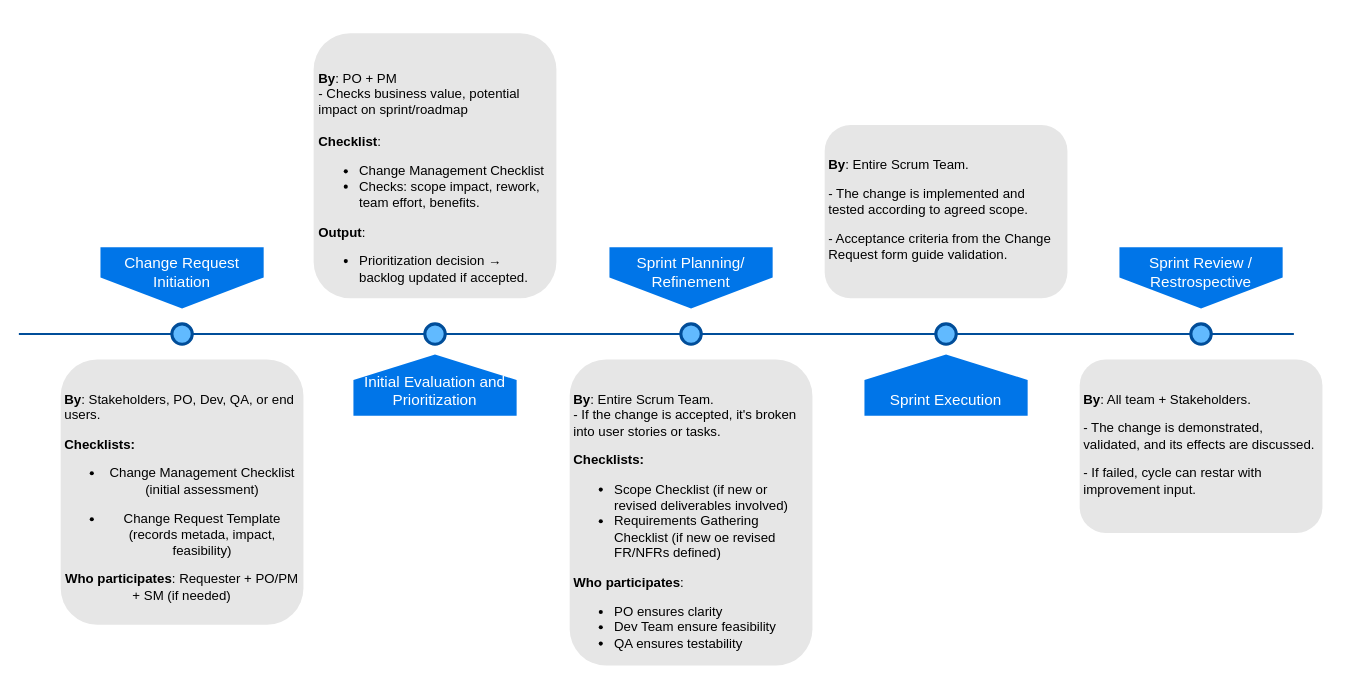
Before: Diagrama sem nome.drawio in kamilaantunes/masters-thesis, a draw.io diagram. Source tidied: cells renumbered, new cells numbered last; positions are measured from the earlier drawing's top-left corner, leaving out a move shared by most shapes. Both pictures are drawn from the tidied source at 102%, with x=0, y=0 at pixel (18, 33).
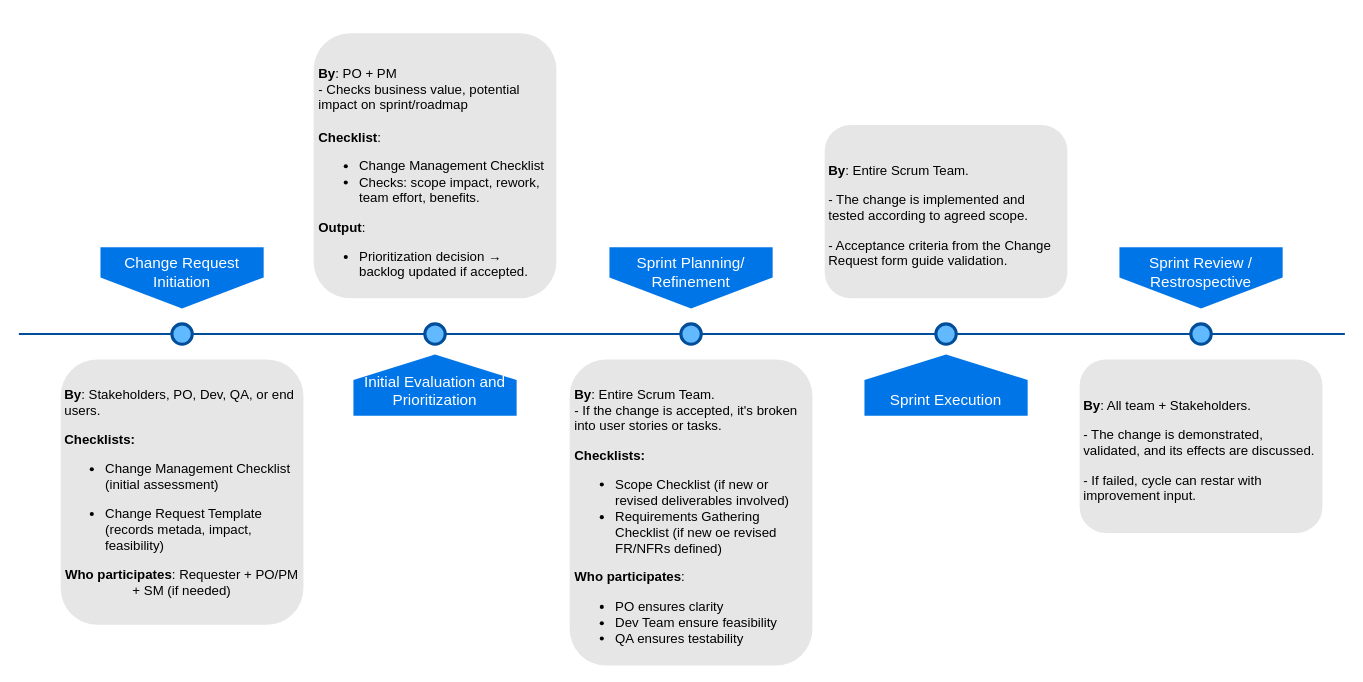
After the change.

What changed in the source:
```diff
@@
 <mxGraphModel>
   <root>
     <mxCell id="0" />
     <mxCell id="1" parent="0" />
     <mxCell id="2" style="line;strokeWidth=2;html=1;fillColor=none;fontSize=28;fontColor=#004D99;strokeColor=#004D99;" parent="1" vertex="1">
-      <mxGeometry y="290" width="1250" height="10" as="geometry" />
+      <mxGeometry y="290" width="1300" height="10" as="geometry" />
     </mxCell>
     <mxCell id="3" value="Change Request Initiation" style="shape=offPageConnector;whiteSpace=wrap;html=1;fillColor=#0075E8;fontSize=15;fontColor=#FFFFFF;size=0.5093750000000015;verticalAlign=top;strokeColor=none;" parent="1" vertex="1">
       <mxGeometry x="80" y="210" width="160" height="60" as="geometry" />
     </mxCell>
     <mxCell id="4" value="&lt;span&gt;Sprint Planning/ Refinement&lt;/span&gt;" style="shape=offPageConnector;whiteSpace=wrap;html=1;fillColor=#0075E8;fontSize=15;fontColor=#FFFFFF;size=0.5093750000000015;verticalAlign=top;strokeColor=none;" parent="1" vertex="1">
       <mxGeometry x="579" y="210" width="160" height="60" as="geometry" />
     </mxCell>
     <mxCell id="5" value="&lt;div&gt;Initial Evaluation and Prioritization&lt;/div&gt;" style="shape=offPageConnector;whiteSpace=wrap;html=1;fillColor=#0075E8;fontSize=15;fontColor=#FFFFFF;size=0.4178571428571445;flipV=1;verticalAlign=bottom;strokeColor=none;spacingBottom=4;" parent="1" vertex="1">
       <mxGeometry x="328" y="315" width="160" height="60" as="geometry" />
     </mxCell>
     <mxCell id="6" value="&lt;span&gt;Sprint Execution&lt;/span&gt;" style="shape=offPageConnector;whiteSpace=wrap;html=1;fillColor=#0075E8;fontSize=15;fontColor=#FFFFFF;size=0.4178571428571445;flipV=1;verticalAlign=bottom;strokeColor=none;spacingBottom=4;" parent="1" vertex="1">
       <mxGeometry x="829" y="315" width="160" height="60" as="geometry" />
     </mxCell>
     <mxCell id="7" style="ellipse;whiteSpace=wrap;html=1;fillColor=#61BAFF;fontSize=28;fontColor=#004D99;strokeWidth=3;strokeColor=#004D99;" parent="1" vertex="1">
       <mxGeometry x="150" y="285" width="20" height="20" as="geometry" />
     </mxCell>
     <mxCell id="8" style="ellipse;whiteSpace=wrap;html=1;fillColor=#61BAFF;fontSize=28;fontColor=#004D99;strokeWidth=3;strokeColor=#004D99;" parent="1" vertex="1">
       <mxGeometry x="398" y="285" width="20" height="20" as="geometry" />
     </mxCell>
     <mxCell id="9" style="ellipse;whiteSpace=wrap;html=1;fillColor=#61BAFF;fontSize=28;fontColor=#004D99;strokeWidth=3;strokeColor=#004D99;" parent="1" vertex="1">
       <mxGeometry x="649" y="285" width="20" height="20" as="geometry" />
     </mxCell>
     <mxCell id="10" style="ellipse;whiteSpace=wrap;html=1;fillColor=#61BAFF;fontSize=28;fontColor=#004D99;strokeWidth=3;strokeColor=#004D99;" parent="1" vertex="1">
       <mxGeometry x="899" y="285" width="20" height="20" as="geometry" />
     </mxCell>
-    <mxCell id="11" value="&lt;p style=&quot;text-align: left;&quot;&gt;&lt;span style=&quot;background-color: transparent; color: light-dark(rgb(0, 0, 0), rgb(237, 237, 237)); font-size: 13px;&quot;&gt;&lt;br&gt;&lt;/span&gt;&lt;/p&gt;&lt;p style=&quot;text-align: left;&quot;&gt;&lt;span style=&quot;background-color: transparent; color: light-dark(rgb(0, 0, 0), rgb(237, 237, 237)); font-size: 13px;&quot;&gt;&lt;b&gt;By&lt;/b&gt;&lt;/span&gt;&lt;span style=&quot;background-color: transparent; color: light-dark(rgb(0, 0, 0), rgb(237, 237, 237)); font-size: 13px; font-weight: normal;&quot;&gt;: Stakeholders, PO, Dev, QA, or end users.&lt;/span&gt;&lt;/p&gt;&lt;p style=&quot;text-align: left;&quot;&gt;&lt;span style=&quot;background-color: transparent; color: light-dark(rgb(0, 0, 0), rgb(237, 237, 237)); font-size: 13px;&quot;&gt;&lt;b&gt;Checklists:&lt;/b&gt;&lt;/span&gt;&lt;/p&gt;&lt;ul&gt;&lt;li&gt;&lt;span style=&quot;background-color: transparent; color: light-dark(rgb(0, 0, 0), rgb(237, 237, 237)); font-size: 13px;&quot;&gt;Change Management Checklist (initial assessment)&lt;/span&gt;&lt;/li&gt;&lt;/ul&gt;&lt;ul&gt;&lt;li&gt;&lt;span style=&quot;background-color: transparent; color: light-dark(rgb(0, 0, 0), rgb(237, 237, 237)); font-size: 13px;&quot;&gt;Change Request Template (records metada, impact, feasibility)&lt;/span&gt;&lt;/li&gt;&lt;/ul&gt;&lt;b&gt;Who participates&lt;/b&gt;: Requester + PO/PM + SM (if needed)&lt;p&gt;&lt;/p&gt;&lt;div style=&quot;text-align: left;&quot;&gt;&lt;span style=&quot;background-color: transparent; color: light-dark(rgb(0, 0, 0), rgb(237, 237, 237)); font-size: 13px; font-weight: normal;&quot;&gt;&lt;br&gt;&lt;/span&gt;&lt;/div&gt;" style="text;html=1;spacing=5;spacingTop=-20;whiteSpace=wrap;overflow=hidden;strokeColor=none;strokeWidth=3;fillColor=#E6E6E6;fontSize=13;fontColor=#000000;align=center;rounded=1;" parent="1" vertex="1">
+    <mxCell id="11" value="&lt;p style=&quot;text-align: left;&quot;&gt;&lt;span style=&quot;background-color: transparent; color: light-dark(rgb(0, 0, 0), rgb(237, 237, 237)); font-size: 13px;&quot;&gt;&lt;br&gt;&lt;/span&gt;&lt;/p&gt;&lt;p style=&quot;text-align: left;&quot;&gt;&lt;span style=&quot;background-color: transparent; color: light-dark(rgb(0, 0, 0), rgb(237, 237, 237)); font-size: 13px;&quot;&gt;&lt;b&gt;By&lt;/b&gt;&lt;/span&gt;&lt;span style=&quot;background-color: transparent; color: light-dark(rgb(0, 0, 0), rgb(237, 237, 237)); font-size: 13px; font-weight: normal;&quot;&gt;: Stakeholders, PO, Dev, QA, or end users.&lt;/span&gt;&lt;/p&gt;&lt;p style=&quot;text-align: left;&quot;&gt;&lt;span style=&quot;background-color: transparent; color: light-dark(rgb(0, 0, 0), rgb(237, 237, 237)); font-size: 13px;&quot;&gt;&lt;b&gt;Checklists:&lt;/b&gt;&lt;/span&gt;&lt;/p&gt;&lt;ul&gt;&lt;li style=&quot;text-align: left;&quot;&gt;&lt;span style=&quot;background-color: transparent; color: light-dark(rgb(0, 0, 0), rgb(237, 237, 237)); font-size: 13px;&quot;&gt;Change Management Checklist (initial assessment)&lt;/span&gt;&lt;/li&gt;&lt;/ul&gt;&lt;ul&gt;&lt;li style=&quot;text-align: left;&quot;&gt;&lt;span style=&quot;background-color: transparent; color: light-dark(rgb(0, 0, 0), rgb(237, 237, 237)); font-size: 13px;&quot;&gt;Change Request Template (records metada, impact, feasibility)&lt;/span&gt;&lt;/li&gt;&lt;/ul&gt;&lt;b&gt;Who participates&lt;/b&gt;: Requester + PO/PM + SM (if needed)&lt;p&gt;&lt;/p&gt;&lt;div style=&quot;text-align: left;&quot;&gt;&lt;span style=&quot;background-color: transparent; color: light-dark(rgb(0, 0, 0), rgb(237, 237, 237)); font-size: 13px; font-weight: normal;&quot;&gt;&lt;br&gt;&lt;/span&gt;&lt;/div&gt;" style="text;html=1;spacing=5;spacingTop=-20;whiteSpace=wrap;overflow=hidden;strokeColor=none;strokeWidth=3;fillColor=#E6E6E6;fontSize=13;fontColor=#000000;align=center;rounded=1;verticalAlign=middle;" parent="1" vertex="1">
       <mxGeometry x="41" y="320" width="238" height="260" as="geometry" />
     </mxCell>
-    <mxCell id="12" value="&lt;div&gt;&lt;b style=&quot;background-color: transparent; color: light-dark(rgb(0, 0, 0), rgb(237, 237, 237));&quot;&gt;&lt;br&gt;&lt;/b&gt;&lt;/div&gt;&lt;b style=&quot;background-color: transparent; color: light-dark(rgb(0, 0, 0), rgb(237, 237, 237));&quot;&gt;&lt;div&gt;&lt;br&gt;&lt;/div&gt;&lt;div&gt;&lt;br&gt;&lt;/div&gt;&lt;/b&gt;&lt;b style=&quot;background-color: transparent; color: light-dark(rgb(0, 0, 0), rgb(237, 237, 237));&quot;&gt;By&lt;/b&gt;&lt;span style=&quot;background-color: transparent; color: light-dark(rgb(0, 0, 0), rgb(237, 237, 237));&quot;&gt;: PO + PM&lt;/span&gt;&lt;br&gt;&lt;span style=&quot;background-color: transparent; color: light-dark(rgb(0, 0, 0), rgb(237, 237, 237));&quot;&gt;- Checks business value, potential&amp;nbsp; &amp;nbsp; impact on sprint/roadmap&lt;/span&gt;&lt;div&gt;&lt;b style=&quot;background-color: transparent; color: light-dark(rgb(0, 0, 0), rgb(237, 237, 237));&quot;&gt;&lt;br&gt;&lt;/b&gt;&lt;/div&gt;&lt;div&gt;&lt;b style=&quot;background-color: transparent; color: light-dark(rgb(0, 0, 0), rgb(237, 237, 237));&quot;&gt;Checklist&lt;/b&gt;&lt;span style=&quot;background-color: transparent; color: light-dark(rgb(0, 0, 0), rgb(237, 237, 237));&quot;&gt;:&lt;/span&gt;&lt;br&gt;&lt;ul&gt;&lt;li&gt;&lt;span style=&quot;background-color: transparent; color: light-dark(rgb(0, 0, 0), rgb(237, 237, 237));&quot;&gt;Change Management Checklist&lt;/span&gt;&lt;/li&gt;&lt;li&gt;&lt;span style=&quot;background-color: transparent; color: light-dark(rgb(0, 0, 0), rgb(237, 237, 237));&quot;&gt;Checks: scope impact, rework, team effort, benefits.&lt;/span&gt;&lt;/li&gt;&lt;/ul&gt;&lt;b style=&quot;background-color: transparent; color: light-dark(rgb(0, 0, 0), rgb(237, 237, 237));&quot;&gt;Output&lt;/b&gt;&lt;span style=&quot;background-color: transparent; color: light-dark(rgb(0, 0, 0), rgb(237, 237, 237));&quot;&gt;:&lt;/span&gt;&lt;br&gt;&lt;ul&gt;&lt;li&gt;&lt;span style=&quot;background-color: transparent; color: light-dark(rgb(0, 0, 0), rgb(237, 237, 237));&quot;&gt;Prioritization decision →&amp;nbsp; backlog updated if accepted.&lt;/span&gt;&lt;/li&gt;&lt;/ul&gt;&lt;/div&gt;" style="text;html=1;spacing=5;spacingTop=-20;whiteSpace=wrap;overflow=hidden;strokeColor=none;strokeWidth=3;fillColor=#E6E6E6;fontSize=13;fontColor=#000000;align=left;rounded=1;" parent="1" vertex="1">
+    <mxCell id="12" value="&lt;div&gt;&lt;b style=&quot;background-color: transparent; color: light-dark(rgb(0, 0, 0), rgb(237, 237, 237));&quot;&gt;&lt;br&gt;&lt;/b&gt;&lt;/div&gt;&lt;b style=&quot;background-color: transparent; color: light-dark(rgb(0, 0, 0), rgb(237, 237, 237));&quot;&gt;&lt;div&gt;&lt;br&gt;&lt;/div&gt;&lt;div&gt;&lt;br&gt;&lt;/div&gt;&lt;/b&gt;&lt;b style=&quot;background-color: transparent; color: light-dark(rgb(0, 0, 0), rgb(237, 237, 237));&quot;&gt;By&lt;/b&gt;&lt;span style=&quot;background-color: transparent; color: light-dark(rgb(0, 0, 0), rgb(237, 237, 237));&quot;&gt;: PO + PM&lt;/span&gt;&lt;br&gt;&lt;span style=&quot;background-color: transparent; color: light-dark(rgb(0, 0, 0), rgb(237, 237, 237));&quot;&gt;- Checks business value, potential&amp;nbsp; &amp;nbsp; impact on sprint/roadmap&lt;/span&gt;&lt;div&gt;&lt;b style=&quot;background-color: transparent; color: light-dark(rgb(0, 0, 0), rgb(237, 237, 237));&quot;&gt;&lt;br&gt;&lt;/b&gt;&lt;/div&gt;&lt;div&gt;&lt;b style=&quot;background-color: transparent; color: light-dark(rgb(0, 0, 0), rgb(237, 237, 237));&quot;&gt;Checklist&lt;/b&gt;&lt;span style=&quot;background-color: transparent; color: light-dark(rgb(0, 0, 0), rgb(237, 237, 237));&quot;&gt;:&lt;/span&gt;&lt;br&gt;&lt;ul&gt;&lt;li&gt;&lt;span style=&quot;background-color: transparent; color: light-dark(rgb(0, 0, 0), rgb(237, 237, 237));&quot;&gt;Change Management Checklist&lt;/span&gt;&lt;/li&gt;&lt;li&gt;&lt;span style=&quot;background-color: transparent; color: light-dark(rgb(0, 0, 0), rgb(237, 237, 237));&quot;&gt;Checks: scope impact, rework, team effort, benefits.&lt;/span&gt;&lt;/li&gt;&lt;/ul&gt;&lt;b style=&quot;background-color: transparent; color: light-dark(rgb(0, 0, 0), rgb(237, 237, 237));&quot;&gt;Output&lt;/b&gt;&lt;span style=&quot;background-color: transparent; color: light-dark(rgb(0, 0, 0), rgb(237, 237, 237));&quot;&gt;:&lt;/span&gt;&lt;br&gt;&lt;ul&gt;&lt;li&gt;&lt;span style=&quot;background-color: transparent; color: light-dark(rgb(0, 0, 0), rgb(237, 237, 237));&quot;&gt;Prioritization decision →&amp;nbsp; backlog updated if accepted.&lt;/span&gt;&lt;/li&gt;&lt;/ul&gt;&lt;/div&gt;" style="text;html=1;spacing=5;spacingTop=-20;whiteSpace=wrap;overflow=hidden;strokeColor=none;strokeWidth=3;fillColor=#E6E6E6;fontSize=13;fontColor=#000000;align=left;rounded=1;verticalAlign=middle;" parent="1" vertex="1">
       <mxGeometry x="289" width="238" height="260" as="geometry" />
     </mxCell>
-    <mxCell id="13" value="&lt;p style=&quot;text-align: left;&quot;&gt;&lt;span style=&quot;background-color: transparent; color: light-dark(rgb(0, 0, 0), rgb(237, 237, 237)); font-size: 13px;&quot;&gt;&lt;br&gt;&lt;/span&gt;&lt;/p&gt;&lt;p style=&quot;text-align: left;&quot;&gt;&lt;span style=&quot;background-color: transparent; color: light-dark(rgb(0, 0, 0), rgb(237, 237, 237)); font-size: 13px;&quot;&gt;&lt;b&gt;By&lt;/b&gt;&lt;/span&gt;&lt;span style=&quot;background-color: transparent; color: light-dark(rgb(0, 0, 0), rgb(237, 237, 237)); font-size: 13px; font-weight: normal;&quot;&gt;: Entire Scrum Team.&lt;br&gt;&lt;/span&gt;- If the change is accepted, it's broken into user stories or tasks.&lt;/p&gt;&lt;p style=&quot;text-align: left;&quot;&gt;&lt;span style=&quot;background-color: transparent; color: light-dark(rgb(0, 0, 0), rgb(237, 237, 237)); font-size: 13px;&quot;&gt;&lt;b&gt;Checklists:&lt;/b&gt;&lt;/span&gt;&lt;/p&gt;&lt;p style=&quot;&quot;&gt;&lt;/p&gt;&lt;ul&gt;&lt;li style=&quot;text-align: left;&quot;&gt;&lt;span style=&quot;background-color: transparent; color: light-dark(rgb(0, 0, 0), rgb(237, 237, 237)); font-size: 13px;&quot;&gt;Scope Checklist (if new or revised deliverables involved)&lt;/span&gt;&lt;/li&gt;&lt;li style=&quot;text-align: left;&quot;&gt;&lt;span style=&quot;background-color: transparent; color: light-dark(rgb(0, 0, 0), rgb(237, 237, 237)); font-size: 13px;&quot;&gt;Requirements Gathering Checklist (if new oe revised FR/NFRs defined)&lt;/span&gt;&lt;/li&gt;&lt;/ul&gt;&lt;p&gt;&lt;/p&gt;&lt;b&gt;&lt;div style=&quot;text-align: left;&quot;&gt;&lt;b style=&quot;background-color: transparent; color: light-dark(rgb(0, 0, 0), rgb(237, 237, 237));&quot;&gt;Who participates&lt;/b&gt;&lt;span style=&quot;background-color: transparent; color: light-dark(rgb(0, 0, 0), rgb(237, 237, 237)); font-weight: normal;&quot;&gt;:&amp;nbsp;&lt;/span&gt;&lt;/div&gt;&lt;div style=&quot;text-align: left;&quot;&gt;&lt;ul&gt;&lt;li&gt;&lt;span style=&quot;background-color: transparent; color: light-dark(rgb(0, 0, 0), rgb(237, 237, 237)); font-weight: normal;&quot;&gt;PO ensures clarity&lt;/span&gt;&lt;/li&gt;&lt;li&gt;&lt;span style=&quot;background-color: transparent; color: light-dark(rgb(0, 0, 0), rgb(237, 237, 237)); font-weight: normal;&quot;&gt;Dev Team ensure feasibility&lt;/span&gt;&lt;/li&gt;&lt;li&gt;&lt;span style=&quot;background-color: transparent; color: light-dark(rgb(0, 0, 0), rgb(237, 237, 237)); font-weight: normal;&quot;&gt;QA ensures testability&lt;/span&gt;&lt;/li&gt;&lt;/ul&gt;&lt;/div&gt;&lt;/b&gt;&lt;div&gt;&lt;p&gt;&lt;/p&gt;&lt;div style=&quot;text-align: left;&quot;&gt;&lt;span style=&quot;background-color: transparent; color: light-dark(rgb(0, 0, 0), rgb(237, 237, 237)); font-size: 13px; font-weight: normal;&quot;&gt;&lt;br&gt;&lt;/span&gt;&lt;/div&gt;&lt;/div&gt;" style="text;html=1;spacing=5;spacingTop=-20;whiteSpace=wrap;overflow=hidden;strokeColor=none;strokeWidth=3;fillColor=#E6E6E6;fontSize=13;fontColor=#000000;align=center;rounded=1;" parent="1" vertex="1">
+    <mxCell id="13" value="&lt;p style=&quot;&quot;&gt;&lt;span style=&quot;background-color: transparent; color: light-dark(rgb(0, 0, 0), rgb(237, 237, 237)); font-size: 13px;&quot;&gt;&lt;br&gt;&lt;/span&gt;&lt;/p&gt;&lt;p style=&quot;&quot;&gt;&lt;span style=&quot;background-color: transparent; color: light-dark(rgb(0, 0, 0), rgb(237, 237, 237)); font-size: 13px;&quot;&gt;&lt;b&gt;By&lt;/b&gt;&lt;/span&gt;&lt;span style=&quot;background-color: transparent; color: light-dark(rgb(0, 0, 0), rgb(237, 237, 237)); font-size: 13px; font-weight: normal;&quot;&gt;: Entire Scrum Team.&lt;br&gt;&lt;/span&gt;- If the change is accepted, it's broken into user stories or tasks.&lt;/p&gt;&lt;p style=&quot;&quot;&gt;&lt;span style=&quot;background-color: transparent; color: light-dark(rgb(0, 0, 0), rgb(237, 237, 237)); font-size: 13px;&quot;&gt;&lt;b&gt;Checklists:&lt;/b&gt;&lt;/span&gt;&lt;/p&gt;&lt;p style=&quot;&quot;&gt;&lt;/p&gt;&lt;ul&gt;&lt;li style=&quot;&quot;&gt;&lt;span style=&quot;background-color: transparent; color: light-dark(rgb(0, 0, 0), rgb(237, 237, 237)); font-size: 13px;&quot;&gt;Scope Checklist (if new or revised deliverables involved)&lt;/span&gt;&lt;/li&gt;&lt;li style=&quot;&quot;&gt;&lt;span style=&quot;background-color: transparent; color: light-dark(rgb(0, 0, 0), rgb(237, 237, 237)); font-size: 13px;&quot;&gt;Requirements Gathering Checklist (if new oe revised FR/NFRs defined)&lt;/span&gt;&lt;/li&gt;&lt;/ul&gt;&lt;p&gt;&lt;/p&gt;&lt;b&gt;&lt;div style=&quot;&quot;&gt;&lt;b style=&quot;background-color: transparent; color: light-dark(rgb(0, 0, 0), rgb(237, 237, 237));&quot;&gt;Who participates&lt;/b&gt;&lt;span style=&quot;background-color: transparent; color: light-dark(rgb(0, 0, 0), rgb(237, 237, 237)); font-weight: normal;&quot;&gt;:&amp;nbsp;&lt;/span&gt;&lt;/div&gt;&lt;div style=&quot;&quot;&gt;&lt;ul&gt;&lt;li&gt;&lt;span style=&quot;background-color: transparent; color: light-dark(rgb(0, 0, 0), rgb(237, 237, 237)); font-weight: normal;&quot;&gt;PO ensures clarity&lt;/span&gt;&lt;/li&gt;&lt;li&gt;&lt;span style=&quot;background-color: transparent; color: light-dark(rgb(0, 0, 0), rgb(237, 237, 237)); font-weight: normal;&quot;&gt;Dev Team ensure feasibility&lt;/span&gt;&lt;/li&gt;&lt;li&gt;&lt;span style=&quot;background-color: transparent; color: light-dark(rgb(0, 0, 0), rgb(237, 237, 237)); font-weight: normal;&quot;&gt;QA ensures testability&lt;/span&gt;&lt;/li&gt;&lt;/ul&gt;&lt;/div&gt;&lt;/b&gt;&lt;div&gt;&lt;p&gt;&lt;/p&gt;&lt;div style=&quot;&quot;&gt;&lt;span style=&quot;background-color: transparent; color: light-dark(rgb(0, 0, 0), rgb(237, 237, 237)); font-size: 13px; font-weight: normal;&quot;&gt;&lt;br&gt;&lt;/span&gt;&lt;/div&gt;&lt;/div&gt;" style="text;html=1;spacing=5;spacingTop=-20;whiteSpace=wrap;overflow=hidden;strokeColor=none;strokeWidth=3;fillColor=#E6E6E6;fontSize=13;fontColor=#000000;align=left;rounded=1;verticalAlign=middle;" parent="1" vertex="1">
       <mxGeometry x="540" y="320" width="238" height="300" as="geometry" />
     </mxCell>
-    <mxCell id="14" value="&lt;p style=&quot;text-align: left;&quot;&gt;&lt;span style=&quot;background-color: transparent; color: light-dark(rgb(0, 0, 0), rgb(237, 237, 237)); font-size: 13px;&quot;&gt;&lt;br&gt;&lt;/span&gt;&lt;/p&gt;&lt;p style=&quot;text-align: left;&quot;&gt;&lt;span style=&quot;background-color: transparent; color: light-dark(rgb(0, 0, 0), rgb(237, 237, 237)); font-size: 13px;&quot;&gt;&lt;b&gt;By&lt;/b&gt;&lt;/span&gt;&lt;span style=&quot;background-color: transparent; color: light-dark(rgb(0, 0, 0), rgb(237, 237, 237)); font-size: 13px; font-weight: normal;&quot;&gt;: Entire Scrum Team.&lt;/span&gt;&lt;/p&gt;&lt;p style=&quot;text-align: left;&quot;&gt;- The change is implemented and tested according to agreed scope.&lt;/p&gt;&lt;p style=&quot;text-align: left;&quot;&gt;- Acceptance criteria from the Change Request form guide validation.&lt;/p&gt;" style="text;html=1;spacing=5;spacingTop=-20;whiteSpace=wrap;overflow=hidden;strokeColor=none;strokeWidth=3;fillColor=#E6E6E6;fontSize=13;fontColor=#000000;align=center;rounded=1;" parent="1" vertex="1">
+    <mxCell id="14" value="&lt;p style=&quot;text-align: left;&quot;&gt;&lt;span style=&quot;background-color: transparent; color: light-dark(rgb(0, 0, 0), rgb(237, 237, 237)); font-size: 13px;&quot;&gt;&lt;br&gt;&lt;/span&gt;&lt;/p&gt;&lt;p style=&quot;text-align: left;&quot;&gt;&lt;span style=&quot;background-color: transparent; color: light-dark(rgb(0, 0, 0), rgb(237, 237, 237)); font-size: 13px;&quot;&gt;&lt;b&gt;By&lt;/b&gt;&lt;/span&gt;&lt;span style=&quot;background-color: transparent; color: light-dark(rgb(0, 0, 0), rgb(237, 237, 237)); font-size: 13px; font-weight: normal;&quot;&gt;: Entire Scrum Team.&lt;/span&gt;&lt;/p&gt;&lt;p style=&quot;text-align: left;&quot;&gt;- The change is implemented and tested according to agreed scope.&lt;/p&gt;&lt;p style=&quot;text-align: left;&quot;&gt;- Acceptance criteria from the Change Request form guide validation.&lt;/p&gt;" style="text;html=1;spacing=5;spacingTop=-20;whiteSpace=wrap;overflow=hidden;strokeColor=none;strokeWidth=3;fillColor=#E6E6E6;fontSize=13;fontColor=#000000;align=center;rounded=1;verticalAlign=middle;" parent="1" vertex="1">
       <mxGeometry x="790" y="90" width="238" height="170" as="geometry" />
     </mxCell>
     <mxCell id="15" value="Sprint Review / Restrospective" style="shape=offPageConnector;whiteSpace=wrap;html=1;fillColor=#0075E8;fontSize=15;fontColor=#FFFFFF;size=0.5093750000000015;verticalAlign=top;strokeColor=none;" parent="1" vertex="1">
       <mxGeometry x="1079" y="210" width="160" height="60" as="geometry" />
     </mxCell>
     <mxCell id="16" style="ellipse;whiteSpace=wrap;html=1;fillColor=#61BAFF;fontSize=28;fontColor=#004D99;strokeWidth=3;strokeColor=#004D99;" parent="1" vertex="1">
       <mxGeometry x="1149" y="285" width="20" height="20" as="geometry" />
     </mxCell>
-    <mxCell id="17" value="&lt;p style=&quot;text-align: left;&quot;&gt;&lt;span style=&quot;background-color: transparent; color: light-dark(rgb(0, 0, 0), rgb(237, 237, 237)); font-size: 13px;&quot;&gt;&lt;br&gt;&lt;/span&gt;&lt;/p&gt;&lt;p style=&quot;text-align: left;&quot;&gt;&lt;span style=&quot;background-color: transparent; color: light-dark(rgb(0, 0, 0), rgb(237, 237, 237)); font-size: 13px;&quot;&gt;&lt;b&gt;By&lt;/b&gt;&lt;/span&gt;&lt;span style=&quot;background-color: transparent; color: light-dark(rgb(0, 0, 0), rgb(237, 237, 237)); font-size: 13px; font-weight: normal;&quot;&gt;: All team + Stakeholders.&lt;/span&gt;&lt;/p&gt;&lt;p style=&quot;text-align: left;&quot;&gt;&lt;span style=&quot;background-color: transparent; color: light-dark(rgb(0, 0, 0), rgb(237, 237, 237)); font-size: 13px; font-weight: normal;&quot;&gt;- The change is demonstrated, validated, and its effects are discussed.&lt;/span&gt;&lt;/p&gt;&lt;p style=&quot;text-align: left;&quot;&gt;&lt;span style=&quot;background-color: transparent; color: light-dark(rgb(0, 0, 0), rgb(237, 237, 237)); font-size: 13px; font-weight: normal;&quot;&gt;- If failed, cycle can restar with improvement input.&lt;/span&gt;&lt;/p&gt;" style="text;html=1;spacing=5;spacingTop=-20;whiteSpace=wrap;overflow=hidden;strokeColor=none;strokeWidth=3;fillColor=#E6E6E6;fontSize=13;fontColor=#000000;align=center;rounded=1;" parent="1" vertex="1">
+    <mxCell id="17" value="&lt;p style=&quot;text-align: left;&quot;&gt;&lt;span style=&quot;background-color: transparent; color: light-dark(rgb(0, 0, 0), rgb(237, 237, 237)); font-size: 13px;&quot;&gt;&lt;br&gt;&lt;/span&gt;&lt;/p&gt;&lt;p style=&quot;text-align: left;&quot;&gt;&lt;span style=&quot;background-color: transparent; color: light-dark(rgb(0, 0, 0), rgb(237, 237, 237)); font-size: 13px;&quot;&gt;&lt;b&gt;By&lt;/b&gt;&lt;/span&gt;&lt;span style=&quot;background-color: transparent; color: light-dark(rgb(0, 0, 0), rgb(237, 237, 237)); font-size: 13px; font-weight: normal;&quot;&gt;: All team + Stakeholders.&lt;/span&gt;&lt;/p&gt;&lt;p style=&quot;text-align: left;&quot;&gt;&lt;span style=&quot;background-color: transparent; color: light-dark(rgb(0, 0, 0), rgb(237, 237, 237)); font-size: 13px; font-weight: normal;&quot;&gt;- The change is demonstrated, validated, and its effects are discussed.&lt;/span&gt;&lt;/p&gt;&lt;p style=&quot;text-align: left;&quot;&gt;&lt;span style=&quot;background-color: transparent; color: light-dark(rgb(0, 0, 0), rgb(237, 237, 237)); font-size: 13px; font-weight: normal;&quot;&gt;- If failed, cycle can restar with improvement input.&lt;/span&gt;&lt;/p&gt;" style="text;html=1;spacing=5;spacingTop=-20;whiteSpace=wrap;overflow=hidden;strokeColor=none;strokeWidth=3;fillColor=#E6E6E6;fontSize=13;fontColor=#000000;align=center;rounded=1;verticalAlign=middle;" parent="1" vertex="1">
       <mxGeometry x="1040" y="320" width="238" height="170" as="geometry" />
     </mxCell>
   </root>
 </mxGraphModel>
```
